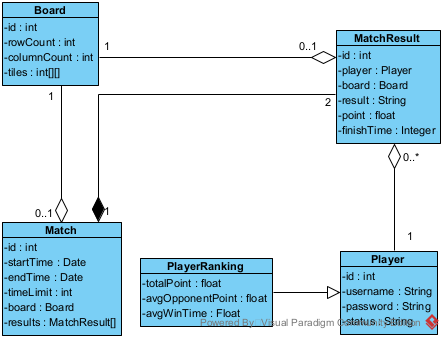
Before: docs/vp/png/class-design-entity.png, a diagram exported from PlantUML (VattenL/mobile-pikachu). Its source is kept beside it as docs/uml/pha3/class-design-entity.puml. Its diagram source:
```plantuml
@startuml class-design-entity
title Biểu đồ lớp thực thể pha thiết kế - Game Pikachu

hide circle
hide methods
skinparam shadowing false
skinparam linetype ortho
skinparam nodesep 70
skinparam ranksep 70
skinparam classFontSize 14
skinparam classAttributeFontSize 12
skinparam class {
  BackgroundColor #F7F7F7
  BorderColor #4A4A4A
  ArrowColor #4A4A4A
  FontColor #1A1A1A
}

class Player {
  - id : int
  - username : String
  - password : String
  - status : String
}

class PlayerRanking {
  - totalPoint : float
  - avgOpponentPoint : float
  - avgWinTime : Float
}

class Match {
  - id : int
  - startTime : Date
  - endTime : Date
  - timeLimit : int
  - board : Board
  - results : MatchResult[]
}

class MatchResult {
  - id : int
  - player : Player
  - board : Board
  - result : String
  - point : float
  - finishTime : Integer
}

class Board {
  - id : int
  - rowCount : int
  - columnCount : int
  - tiles : int[][]
}

Board "1" -down-o "0..1" Match
Board "1" -right-o "0..1" MatchResult
Match "1" *-right- "2" MatchResult
Player "1" -up-o "0..*" MatchResult
PlayerRanking -left-|> Player
@enduml
```
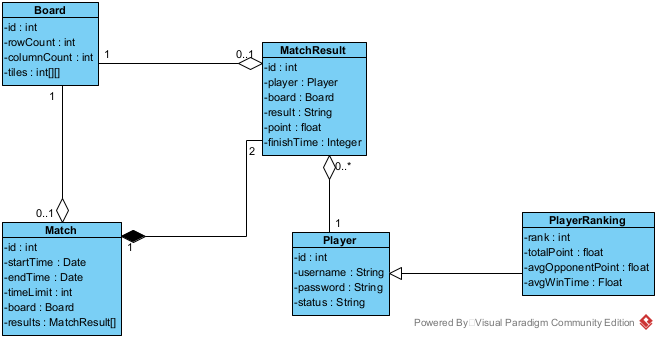
After the change.

What changed in the source:
```diff
@@ -24,6 +24,7 @@
 }
 
 class PlayerRanking {
+  - rank : int
   - totalPoint : float
   - avgOpponentPoint : float
   - avgWinTime : Float
```
